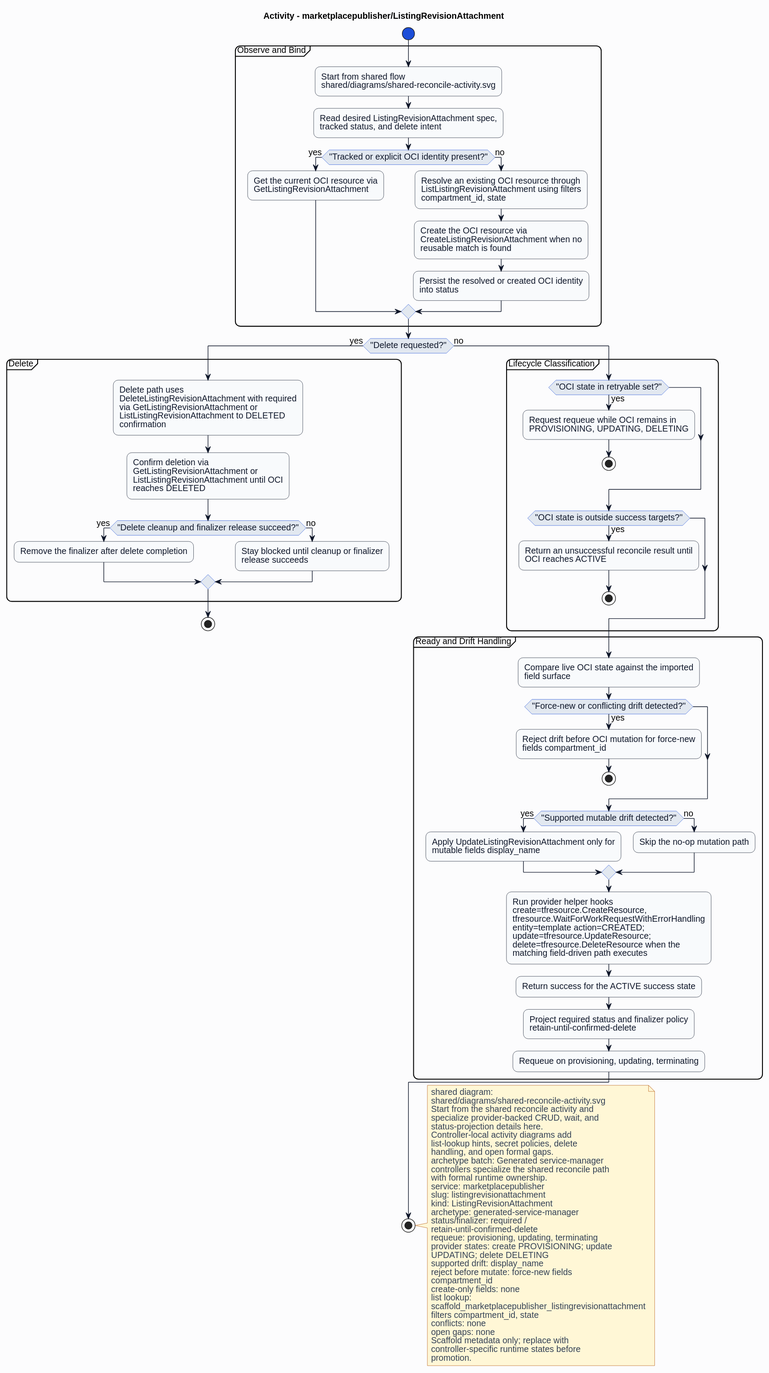
Earlier version of the PlantUML export formal/controllers/marketplacepublisher/listingrevisionattachment/diagrams/activity.svg (HaoyL666/oci-service-operator). Source of this version:
```plantuml
@startuml
skinparam shadowing false
skinparam backgroundColor #fcfcfd
skinparam defaultFontName Helvetica
skinparam defaultFontSize 14
skinparam arrowColor #0f172a
skinparam noteBackgroundColor #fff7d6
skinparam noteBorderColor #b45309
skinparam noteFontColor #334155
skinparam roundcorner 16
title Activity - marketplacepublisher/ListingRevisionAttachment
skinparam activity {
  backgroundColor #f8fafc
  borderColor #0f172a
  fontColor #0f172a
  diamondBackgroundColor #e2e8f0
  diamondBorderColor #1d4ed8
  diamondFontColor #0f172a
  startColor #1d4ed8
  endColor #0f172a
  barColor #1d4ed8
}
start
partition "Observe and Bind" {
:Start from shared flow\nshared/diagrams/shared-reconcile-activity.svg;
:Read desired ListingRevisionAttachment spec,\ntracked status, and delete intent;
if ("Tracked or explicit OCI identity present?") then (yes)
:Get the current OCI resource via\nGetListingRevisionAttachment;
else (no)
:Resolve an existing OCI resource through\nListListingRevisionAttachment using filters\ncompartment_id, state;
:Create the OCI resource via\nCreateListingRevisionAttachment when no\nreusable match is found;
:Persist the resolved or created OCI identity\ninto status;
endif
}
if ("Delete requested?") then (yes)
partition "Delete" {
:Delete path uses\nDeleteListingRevisionAttachment with required\nvia GetListingRevisionAttachment or\nListListingRevisionAttachment to DELETED\nconfirmation;
:Confirm deletion via\nGetListingRevisionAttachment or\nListListingRevisionAttachment until OCI\nreaches DELETED;
if ("Delete cleanup and finalizer release succeed?") then (yes)
:Remove the finalizer after delete completion;
else (no)
:Stay blocked until cleanup or finalizer\nrelease succeeds;
endif
}
stop
else (no)
partition "Lifecycle Classification" {
if ("OCI state in retryable set?") then (yes)
:Request requeue while OCI remains in\nPROVISIONING, UPDATING, DELETING;
stop
endif
if ("OCI state is outside success targets?") then (yes)
:Return an unsuccessful reconcile result until\nOCI reaches ACTIVE;
stop
endif
}
partition "Ready and Drift Handling" {
:Compare live OCI state against the imported\nfield surface;
if ("Force-new or conflicting drift detected?") then (yes)
:Reject drift before OCI mutation for force-new\nfields compartment_id;
stop
endif
if ("Supported mutable drift detected?") then (yes)
:Apply UpdateListingRevisionAttachment only for\nmutable fields display_name;
else (no)
:Skip the no-op mutation path;
endif
:Run provider helper hooks\ncreate=tfresource.CreateResource,\ntfresource.WaitForWorkRequestWithErrorHandling\nentity=template action=CREATED;\nupdate=tfresource.UpdateResource;\ndelete=tfresource.DeleteResource when the\nmatching field-driven path executes;
:Return success for the ACTIVE success state;
:Project required status and finalizer policy\nretain-until-confirmed-delete;
:Requeue on provisioning, updating, terminating;
}
endif
stop
note right
shared diagram:
shared/diagrams/shared-reconcile-activity.svg
Start from the shared reconcile activity and
specialize provider-backed CRUD, wait, and
status-projection details here.
Controller-local activity diagrams add
list-lookup hints, secret policies, delete
handling, and open formal gaps.
archetype batch: Generated service-manager
controllers specialize the shared reconcile path
with formal runtime ownership.
service: marketplacepublisher
slug: listingrevisionattachment
kind: ListingRevisionAttachment
archetype: generated-service-manager
status/finalizer: required /
retain-until-confirmed-delete
requeue: provisioning, updating, terminating
provider states: create PROVISIONING; update
UPDATING; delete DELETING
supported drift: display_name
reject before mutate: force-new fields
compartment_id
create-only fields: none
list lookup:
scaffold_marketplacepublisher_listingrevisionattachment
filters compartment_id, state
conflicts: none
open gaps: none
Scaffold metadata only; replace with
controller-specific runtime states before
promotion.
end note
@enduml
```
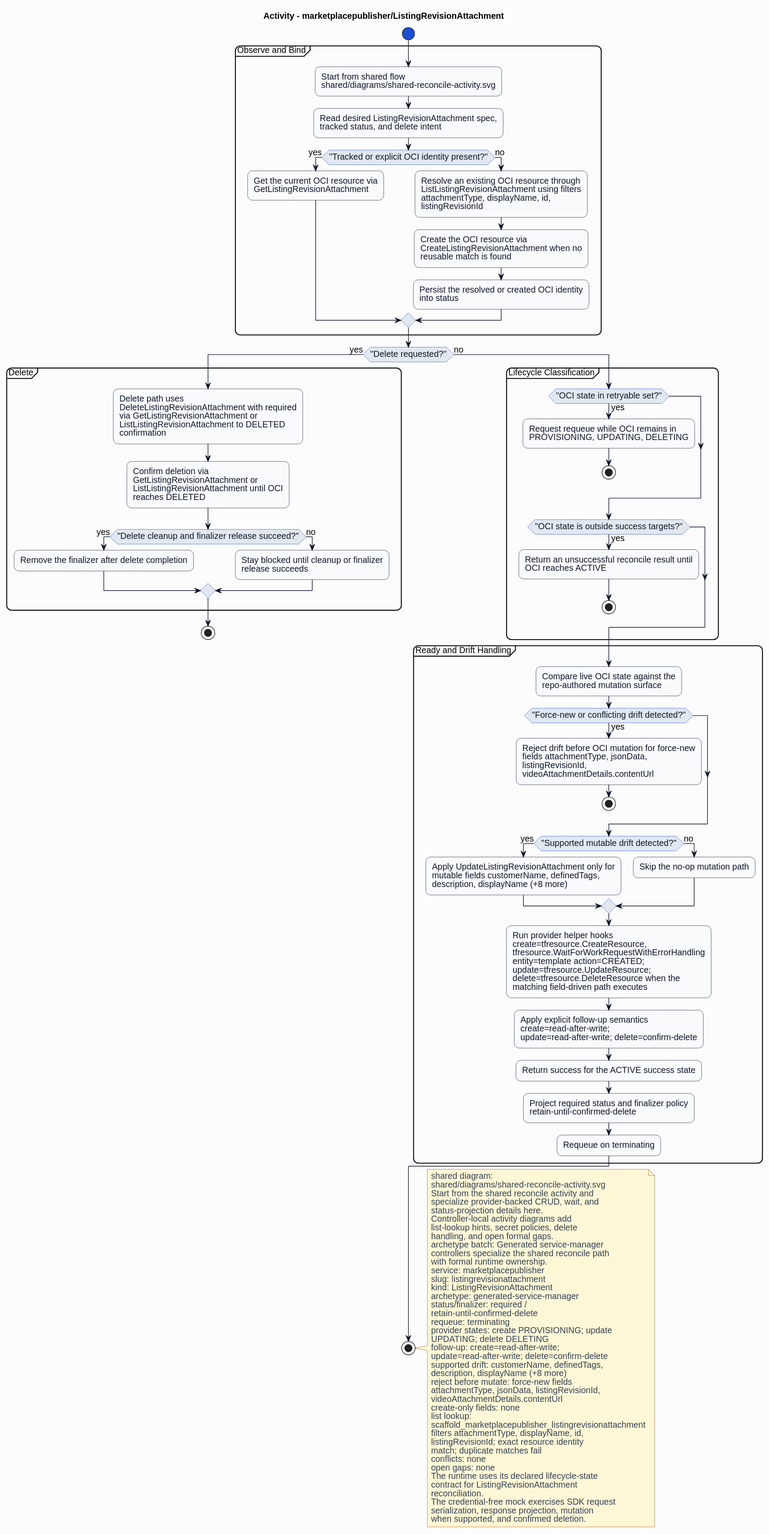
After the commit.

What changed in the source:
```diff
@@ -27,7 +27,7 @@
 if ("Tracked or explicit OCI identity present?") then (yes)
 :Get the current OCI resource via\nGetListingRevisionAttachment;
 else (no)
-:Resolve an existing OCI resource through\nListListingRevisionAttachment using filters\ncompartment_id, state;
+:Resolve an existing OCI resource through\nListListingRevisionAttachment using filters\nattachmentType, displayName, id,\nlistingRevisionId;
 :Create the OCI resource via\nCreateListingRevisionAttachment when no\nreusable match is found;
 :Persist the resolved or created OCI identity\ninto status;
 endif
@@ -55,20 +55,21 @@
 endif
 }
 partition "Ready and Drift Handling" {
-:Compare live OCI state against the imported\nfield surface;
+:Compare live OCI state against the\nrepo-authored mutation surface;
 if ("Force-new or conflicting drift detected?") then (yes)
-:Reject drift before OCI mutation for force-new\nfields compartment_id;
+:Reject drift before OCI mutation for force-new\nfields attachmentType, jsonData,\nlistingRevisionId,\nvideoAttachmentDetails.contentUrl;
 stop
 endif
 if ("Supported mutable drift detected?") then (yes)
-:Apply UpdateListingRevisionAttachment only for\nmutable fields display_name;
+:Apply UpdateListingRevisionAttachment only for\nmutable fields customerName, definedTags,\ndescription, displayName (+8 more);
 else (no)
 :Skip the no-op mutation path;
 endif
 :Run provider helper hooks\ncreate=tfresource.CreateResource,\ntfresource.WaitForWorkRequestWithErrorHandling\nentity=template action=CREATED;\nupdate=tfresource.UpdateResource;\ndelete=tfresource.DeleteResource when the\nmatching field-driven path executes;
+:Apply explicit follow-up semantics\ncreate=read-after-write;\nupdate=read-after-write; delete=confirm-delete;
 :Return success for the ACTIVE success state;
 :Project required status and finalizer policy\nretain-until-confirmed-delete;
-:Requeue on provisioning, updating, terminating;
+:Requeue on terminating;
 }
 endif
 stop
@@ -90,20 +91,29 @@
 archetype: generated-service-manager
 status/finalizer: required /
 retain-until-confirmed-delete
-requeue: provisioning, updating, terminating
+requeue: terminating
 provider states: create PROVISIONING; update
 UPDATING; delete DELETING
-supported drift: display_name
+follow-up: create=read-after-write;
+update=read-after-write; delete=confirm-delete
+supported drift: customerName, definedTags,
+description, displayName (+8 more)
 reject before mutate: force-new fields
-compartment_id
+attachmentType, jsonData, listingRevisionId,
+videoAttachmentDetails.contentUrl
 create-only fields: none
 list lookup:
 scaffold_marketplacepublisher_listingrevisionattachment
-filters compartment_id, state
+filters attachmentType, displayName, id,
+listingRevisionId; exact resource identity
+match; duplicate matches fail
 conflicts: none
 open gaps: none
-Scaffold metadata only; replace with
-controller-specific runtime states before
-promotion.
+The runtime uses its declared lifecycle-state
+contract for ListingRevisionAttachment
+reconciliation.
+The credential-free mock exercises SDK request
+serialization, response projection, mutation
+when supported, and confirmed deletion.
 end note
 @enduml
```
